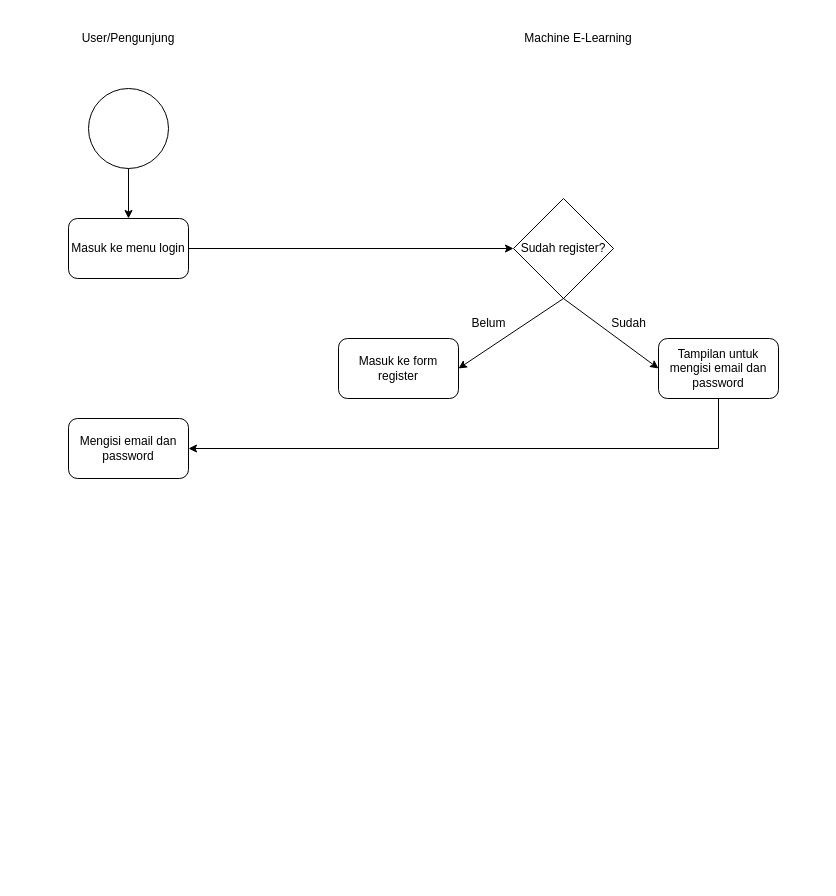
Above: From Login.drawio in abhirama-dev/Diagram (draw.io), before the change. Source tidied: cells renumbered, new cells numbered last; positions are measured from the earlier drawing's top-left corner, leaving out a move shared by most shapes. Both pictures are drawn from the tidied source at 100%, with x=0, y=0 at pixel (68, 18).
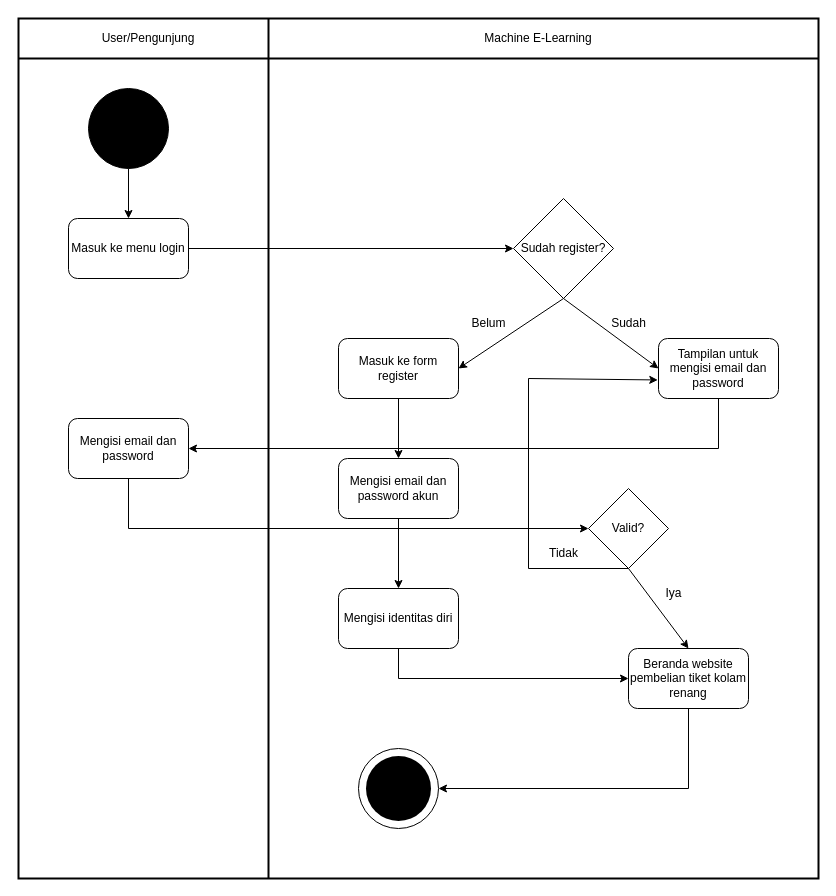
After the change.

Diff of the diagram source:
```diff
@@
-    <mxCell id="2" value="User/Pengunjung" style="text;html=1;align=center;verticalAlign=middle;whiteSpace=wrap;rounded=0;" parent="1" vertex="1">
-      <mxGeometry x="30" width="60" height="40" as="geometry" />
-    </mxCell>
+    <mxCell id="18" style="group;strokeColor=none;strokeWidth=2;fontColor=light-dark(#000000,#000000);" parent="1" vertex="1">
+      <mxGeometry x="-50" width="800" height="860" as="geometry" />
+    </mxCell>
+    <mxCell id="19" style="shape=table;startSize=0;childLayout=tableLayout;strokeWidth=2;fillColor=light-dark(#FFFFFF,#FFFFFF);strokeColor=light-dark(#000000,#000000);" parent="18" vertex="1">
+      <mxGeometry width="800" height="860" as="geometry" />
+    </mxCell>
+    <mxCell id="20" style="shape=tableRow;horizontal=0;startSize=0;swimlaneHead=0;swimlaneBody=0;strokeColor=inherit;top=0;left=0;bottom=0;right=0;fillColor=none;" parent="19" vertex="1">
+      <mxGeometry width="800" height="40" as="geometry" />
+    </mxCell>
+    <mxCell id="21" style="shape=partialRectangle;html=1;whiteSpace=wrap;strokeColor=inherit;overflow=hidden;fillColor=none;top=0;left=0;bottom=0;right=0;" parent="20" vertex="1">
+      <mxGeometry width="250" height="40" as="geometry" />
+    </mxCell>
+    <mxCell id="22" style="shape=partialRectangle;html=1;whiteSpace=wrap;strokeColor=inherit;overflow=hidden;fillColor=none;top=0;left=0;bottom=0;right=0;" parent="20" vertex="1">
+      <mxGeometry x="250" width="550" height="40" as="geometry" />
+    </mxCell>
+    <mxCell id="23" style="shape=tableRow;horizontal=0;startSize=0;swimlaneHead=0;swimlaneBody=0;strokeColor=inherit;top=0;left=0;bottom=0;right=0;fillColor=none;" parent="19" vertex="1">
+      <mxGeometry y="40" width="800" height="820" as="geometry" />
+    </mxCell>
+    <mxCell id="24" style="shape=partialRectangle;html=1;whiteSpace=wrap;strokeColor=inherit;overflow=hidden;fillColor=none;top=0;left=0;bottom=0;right=0;" parent="23" vertex="1">
+      <mxGeometry width="250" height="820" as="geometry" />
+    </mxCell>
+    <mxCell id="25" style="shape=partialRectangle;html=1;whiteSpace=wrap;strokeColor=inherit;overflow=hidden;fillColor=none;top=0;left=0;bottom=0;right=0;" parent="23" vertex="1">
+      <mxGeometry x="250" width="550" height="820" as="geometry" />
+    </mxCell>
-    <mxCell id="3" value="Machine E-Learning" style="text;html=1;align=center;verticalAlign=middle;whiteSpace=wrap;rounded=0;" parent="1" vertex="1">
-      <mxGeometry x="435" width="150" height="40" as="geometry" />
+    <mxCell id="3" value="Machine E-Learning" style="text;html=1;align=center;verticalAlign=middle;whiteSpace=wrap;rounded=0;shadow=0;fontColor=light-dark(#000000,#000000);" parent="18" vertex="1">
+      <mxGeometry x="445" width="150" height="40" as="geometry" />
     </mxCell>
-    <mxCell id="4" style="ellipse;whiteSpace=wrap;html=1;fillColor=light-dark(#FFFFFF,#FFFFFF);" parent="1" vertex="1">
-      <mxGeometry x="20" y="70" width="80" height="80" as="geometry" />
+    <mxCell id="4" style="ellipse;whiteSpace=wrap;html=1;fillColor=light-dark(#000000,#000000);shadow=0;" parent="18" vertex="1">
+      <mxGeometry x="70" y="70" width="80" height="80" as="geometry" />
     </mxCell>
-    <mxCell id="5" style="endArrow=classic;html=1;rounded=0;exitX=0.5;exitY=1;exitDx=0;exitDy=0;" parent="1" edge="1" source="4" target="6">
+    <mxCell id="5" style="endArrow=classic;html=1;rounded=0;exitX=0.5;exitY=1;exitDx=0;exitDy=0;shadow=0;strokeColor=light-dark(#000000,#000000);" parent="18" edge="1" source="4" target="6">
       <mxGeometry relative="1" as="geometry" />
     </mxCell>
-    <mxCell id="6" value="Masuk ke menu login" style="rounded=1;whiteSpace=wrap;html=1;" parent="1" vertex="1">
-      <mxGeometry y="200" width="120" height="60" as="geometry" />
+    <mxCell id="6" value="Masuk ke menu login" style="rounded=1;whiteSpace=wrap;html=1;shadow=0;strokeColor=light-dark(#000000,#000000);fillColor=light-dark(#FFFFFF,#FFFFFF);fontColor=light-dark(#000000,#000000);" parent="18" vertex="1">
+      <mxGeometry x="50" y="200" width="120" height="60" as="geometry" />
     </mxCell>
-    <mxCell id="7" style="endArrow=classic;html=1;rounded=0;entryX=0;entryY=0.5;entryDx=0;entryDy=0;" parent="1" edge="1" target="8">
+    <mxCell id="7" style="endArrow=classic;html=1;rounded=0;entryX=0;entryY=0.5;entryDx=0;entryDy=0;shadow=0;strokeColor=light-dark(#000000,#000000);" parent="18" edge="1" target="8">
       <mxGeometry relative="1" as="geometry">
-        <mxPoint x="120" y="230" as="sourcePoint" />
+        <mxPoint x="170" y="230" as="sourcePoint" />
       </mxGeometry>
     </mxCell>
-    <mxCell id="8" value="Sudah register?" style="rhombus;whiteSpace=wrap;html=1;" parent="1" vertex="1">
-      <mxGeometry x="445" y="180" width="100" height="100" as="geometry" />
+    <mxCell id="8" value="Sudah register?" style="rhombus;whiteSpace=wrap;html=1;shadow=0;strokeColor=light-dark(#000000,#000000);fillColor=light-dark(#FFFFFF,#FFFFFF);fontColor=light-dark(#000000,#000000);" parent="18" vertex="1">
+      <mxGeometry x="495" y="180" width="100" height="100" as="geometry" />
     </mxCell>
-    <mxCell id="9" style="endArrow=none;html=1;rounded=0;entryX=0.5;entryY=1;entryDx=0;entryDy=0;startFill=1;startArrow=classic;exitX=1;exitY=0.5;exitDx=0;exitDy=0;" parent="1" edge="1" source="13" target="8">
+    <mxCell id="9" style="endArrow=none;html=1;rounded=0;entryX=0.5;entryY=1;entryDx=0;entryDy=0;startFill=1;startArrow=classic;exitX=1;exitY=0.5;exitDx=0;exitDy=0;shadow=0;strokeColor=light-dark(#000000,#000000);" parent="18" edge="1" source="13" target="8">
       <mxGeometry relative="1" as="geometry" />
     </mxCell>
-    <mxCell id="10" style="endArrow=none;html=1;rounded=0;entryX=0.5;entryY=1;entryDx=0;entryDy=0;startFill=1;startArrow=classic;exitX=0;exitY=0.5;exitDx=0;exitDy=0;" parent="1" edge="1" source="14" target="8">
+    <mxCell id="10" style="endArrow=none;html=1;rounded=0;entryX=0.5;entryY=1;entryDx=0;entryDy=0;startFill=1;startArrow=classic;exitX=0;exitY=0.5;exitDx=0;exitDy=0;shadow=0;strokeColor=light-dark(#000000,#000000);" parent="18" edge="1" source="14" target="8">
       <mxGeometry relative="1" as="geometry" />
     </mxCell>
-    <mxCell id="11" value="Belum" style="text;html=1;align=center;verticalAlign=middle;strokeColor=none;fillColor=none;" parent="1" vertex="1">
-      <mxGeometry x="390" y="290" width="60" height="30" as="geometry" />
+    <mxCell id="11" value="Belum" style="text;html=1;align=center;verticalAlign=middle;strokeColor=none;fillColor=none;shadow=0;fontColor=light-dark(#000000,#000000);" parent="18" vertex="1">
+      <mxGeometry x="440" y="290" width="60" height="30" as="geometry" />
     </mxCell>
-    <mxCell id="12" value="Sudah" style="text;html=1;align=center;verticalAlign=middle;strokeColor=none;fillColor=none;" parent="1" vertex="1">
-      <mxGeometry x="530" y="290" width="60" height="30" as="geometry" />
+    <mxCell id="12" value="Sudah" style="text;html=1;align=center;verticalAlign=middle;strokeColor=none;fillColor=none;shadow=0;fontColor=light-dark(#000000,#000000);" parent="18" vertex="1">
+      <mxGeometry x="580" y="290" width="60" height="30" as="geometry" />
     </mxCell>
-    <mxCell id="13" value="Masuk ke form register" style="rounded=1;whiteSpace=wrap;html=1;" parent="1" vertex="1">
-      <mxGeometry x="270" y="320" width="120" height="60" as="geometry" />
+    <mxCell id="13" value="Masuk ke form register" style="rounded=1;whiteSpace=wrap;html=1;shadow=0;strokeColor=light-dark(#000000,#000000);fillColor=light-dark(#FFFFFF,#FFFFFF);fontColor=light-dark(#000000,#000000);" parent="18" vertex="1">
+      <mxGeometry x="320" y="320" width="120" height="60" as="geometry" />
     </mxCell>
-    <mxCell id="14" value="Tampilan untuk mengisi email dan password" style="rounded=1;whiteSpace=wrap;html=1;" parent="1" vertex="1">
-      <mxGeometry x="590" y="320" width="120" height="60" as="geometry" />
+    <mxCell id="14" value="Tampilan untuk mengisi email dan password" style="rounded=1;whiteSpace=wrap;html=1;shadow=0;strokeColor=light-dark(#000000,#000000);fillColor=light-dark(#FFFFFF,#FFFFFF);fontColor=light-dark(#000000,#000000);" parent="18" vertex="1">
+      <mxGeometry x="640" y="320" width="120" height="60" as="geometry" />
     </mxCell>
-    <mxCell id="15" style="endArrow=none;html=1;rounded=0;exitX=0.5;exitY=1;exitDx=0;exitDy=0;startFill=0;" parent="1" edge="1" source="14">
+    <mxCell id="15" style="endArrow=none;html=1;rounded=0;exitX=0.5;exitY=1;exitDx=0;exitDy=0;startFill=0;shadow=0;strokeColor=light-dark(#000000,#000000);" parent="18" edge="1" source="14">
       <mxGeometry relative="1" as="geometry">
-        <mxPoint x="650" y="430" as="targetPoint" />
+        <mxPoint x="700" y="430" as="targetPoint" />
       </mxGeometry>
     </mxCell>
-    <mxCell id="16" style="endArrow=classic;html=1;rounded=0;" parent="1" edge="1" target="17">
+    <mxCell id="16" style="endArrow=classic;html=1;rounded=0;shadow=0;strokeColor=light-dark(#000000,#000000);" parent="18" edge="1" target="17">
       <mxGeometry relative="1" as="geometry">
-        <mxPoint x="650" y="430" as="sourcePoint" />
+        <mxPoint x="700" y="430" as="sourcePoint" />
       </mxGeometry>
     </mxCell>
-    <mxCell id="17" value="Mengisi email dan password" style="rounded=1;whiteSpace=wrap;html=1;" parent="1" vertex="1">
-      <mxGeometry y="400" width="120" height="60" as="geometry" />
+    <mxCell id="17" value="Mengisi email dan password" style="rounded=1;whiteSpace=wrap;html=1;shadow=0;strokeColor=light-dark(#000000,#000000);fillColor=light-dark(#FFFFFF,#FFFFFF);fontColor=light-dark(#000000,#000000);" parent="18" vertex="1">
+      <mxGeometry x="50" y="400" width="120" height="60" as="geometry" />
     </mxCell>
+    <mxCell id="26" style="endArrow=none;html=1;rounded=0;entryX=0.5;entryY=1;entryDx=0;entryDy=0;shadow=0;strokeColor=light-dark(#000000,#000000);" parent="18" edge="1" target="17">
+      <mxGeometry relative="1" as="geometry">
+        <mxPoint x="110" y="510" as="sourcePoint" />
+      </mxGeometry>
+    </mxCell>
+    <mxCell id="27" style="endArrow=classic;html=1;rounded=0;endFill=1;entryX=0;entryY=0.5;entryDx=0;entryDy=0;shadow=0;strokeColor=light-dark(#000000,#000000);" parent="18" edge="1" target="28">
+      <mxGeometry relative="1" as="geometry">
+        <mxPoint x="110" y="510" as="sourcePoint" />
+      </mxGeometry>
+    </mxCell>
+    <mxCell id="28" value="Valid?" style="rhombus;whiteSpace=wrap;html=1;shadow=0;strokeColor=light-dark(#000000,#000000);fillColor=light-dark(#FFFFFF,#FFFFFF);fontColor=light-dark(#000000,#000000);" parent="18" vertex="1">
+      <mxGeometry x="570" y="470" width="80" height="80" as="geometry" />
+    </mxCell>
+    <mxCell id="29" style="endArrow=classic;html=1;rounded=0;exitX=0.5;exitY=1;exitDx=0;exitDy=0;entryX=0.5;entryY=0;entryDx=0;entryDy=0;shadow=0;strokeColor=light-dark(#000000,#000000);" parent="18" edge="1" source="28" target="35">
+      <mxGeometry relative="1" as="geometry" />
+    </mxCell>
+    <mxCell id="30" style="endArrow=none;html=1;rounded=0;exitX=0.5;exitY=1;exitDx=0;exitDy=0;startFill=0;shadow=0;strokeColor=light-dark(#000000,#000000);" parent="18" edge="1" source="28">
+      <mxGeometry relative="1" as="geometry">
+        <mxPoint x="510" y="550" as="targetPoint" />
+      </mxGeometry>
+    </mxCell>
+    <mxCell id="31" style="endArrow=none;html=1;rounded=0;shadow=0;strokeColor=light-dark(#000000,#000000);" parent="18" edge="1">
+      <mxGeometry relative="1" as="geometry">
+        <mxPoint x="510" y="550" as="sourcePoint" />
+        <mxPoint x="510" y="360" as="targetPoint" />
+      </mxGeometry>
+    </mxCell>
+    <mxCell id="32" style="endArrow=classic;html=1;rounded=0;entryX=-0.006;entryY=0.691;entryDx=0;entryDy=0;entryPerimeter=0;shadow=0;strokeColor=light-dark(#000000,#000000);" parent="18" edge="1" target="14">
+      <mxGeometry relative="1" as="geometry">
+        <mxPoint x="510" y="360" as="sourcePoint" />
+      </mxGeometry>
+    </mxCell>
+    <mxCell id="33" value="Tidak" style="text;html=1;align=center;verticalAlign=middle;strokeColor=none;fillColor=none;shadow=0;fontColor=light-dark(#000000,#000000);" parent="18" vertex="1">
+      <mxGeometry x="520" y="520" width="50" height="30" as="geometry" />
+    </mxCell>
+    <mxCell id="34" value="Iya" style="text;html=1;align=center;verticalAlign=middle;strokeColor=none;fillColor=none;shadow=0;fontColor=light-dark(#000000,#000000);" parent="18" vertex="1">
+      <mxGeometry x="635" y="560" width="40" height="30" as="geometry" />
+    </mxCell>
+    <mxCell id="35" value="Beranda website pembelian tiket kolam renang" style="rounded=1;whiteSpace=wrap;html=1;shadow=0;strokeColor=light-dark(#000000,#000000);fillColor=light-dark(#FFFFFF,#FFFFFF);fontColor=light-dark(#000000,#000000);" parent="18" vertex="1">
+      <mxGeometry x="610" y="630" width="120" height="60" as="geometry" />
+    </mxCell>
+    <mxCell id="36" style="endArrow=classic;html=1;rounded=0;exitX=0.5;exitY=1;exitDx=0;exitDy=0;shadow=0;strokeColor=light-dark(#000000,#000000);" parent="18" edge="1" source="13" target="37">
+      <mxGeometry relative="1" as="geometry" />
+    </mxCell>
+    <mxCell id="37" value="Mengisi email dan password akun" style="rounded=1;whiteSpace=wrap;html=1;shadow=0;strokeColor=light-dark(#000000,#000000);fillColor=light-dark(#FFFFFF,#FFFFFF);fontColor=light-dark(#000000,#000000);" parent="18" vertex="1">
+      <mxGeometry x="320" y="440" width="120" height="60" as="geometry" />
+    </mxCell>
+    <mxCell id="38" style="endArrow=classic;html=1;rounded=0;exitX=0.5;exitY=1;exitDx=0;exitDy=0;shadow=0;strokeColor=light-dark(#000000,#000000);" parent="18" edge="1" source="37" target="39">
+      <mxGeometry relative="1" as="geometry" />
+    </mxCell>
+    <mxCell id="39" value="Mengisi identitas diri" style="rounded=1;whiteSpace=wrap;html=1;shadow=0;strokeColor=light-dark(#000000,#000000);fillColor=light-dark(#FFFFFF,#FFFFFF);fontColor=light-dark(#000000,#000000);" parent="18" vertex="1">
+      <mxGeometry x="320" y="570" width="120" height="60" as="geometry" />
+    </mxCell>
+    <mxCell id="40" style="endArrow=none;html=1;rounded=0;entryX=0.5;entryY=1;entryDx=0;entryDy=0;shadow=0;strokeColor=light-dark(#000000,#000000);" parent="18" edge="1" target="39">
+      <mxGeometry relative="1" as="geometry">
+        <mxPoint x="380" y="660" as="sourcePoint" />
+      </mxGeometry>
+    </mxCell>
+    <mxCell id="41" style="endArrow=classic;html=1;rounded=0;entryX=0;entryY=0.5;entryDx=0;entryDy=0;shadow=0;strokeColor=light-dark(#000000,#000000);" parent="18" edge="1" target="35">
+      <mxGeometry relative="1" as="geometry">
+        <mxPoint x="380" y="660" as="sourcePoint" />
+      </mxGeometry>
+    </mxCell>
+    <mxCell id="42" style="ellipse;whiteSpace=wrap;html=1;shadow=0;strokeColor=light-dark(#000000,#000000);fillColor=light-dark(#FFFFFF,#FFFFFF);" parent="18" vertex="1">
+      <mxGeometry x="340" y="730" width="80" height="80" as="geometry" />
+    </mxCell>
+    <mxCell id="43" style="ellipse;whiteSpace=wrap;html=1;strokeColor=none;fillColor=light-dark(#000000,#000000);shadow=0;fontColor=light-dark(#000000,#000000);" parent="18" vertex="1">
+      <mxGeometry x="347.5" y="737.5" width="65" height="65" as="geometry" />
+    </mxCell>
+    <mxCell id="44" style="endArrow=none;html=1;rounded=0;entryX=0.5;entryY=1;entryDx=0;entryDy=0;shadow=0;strokeColor=light-dark(#000000,#000000);" parent="18" edge="1" target="35">
+      <mxGeometry relative="1" as="geometry">
+        <mxPoint x="670" y="770" as="sourcePoint" />
+      </mxGeometry>
+    </mxCell>
+    <mxCell id="45" style="endArrow=classic;html=1;rounded=0;entryX=1;entryY=0.5;entryDx=0;entryDy=0;shadow=0;strokeColor=light-dark(#000000,#000000);" parent="18" edge="1" target="42">
+      <mxGeometry relative="1" as="geometry">
+        <mxPoint x="670" y="770" as="sourcePoint" />
+      </mxGeometry>
+    </mxCell>
+    <mxCell id="2" value="User/Pengunjung" style="text;html=1;align=center;verticalAlign=middle;whiteSpace=wrap;rounded=0;shadow=0;labelBorderColor=none;fontColor=light-dark(#000000,#000000);" parent="18" vertex="1">
+      <mxGeometry x="80" width="100" height="40" as="geometry" />
+    </mxCell>
```
